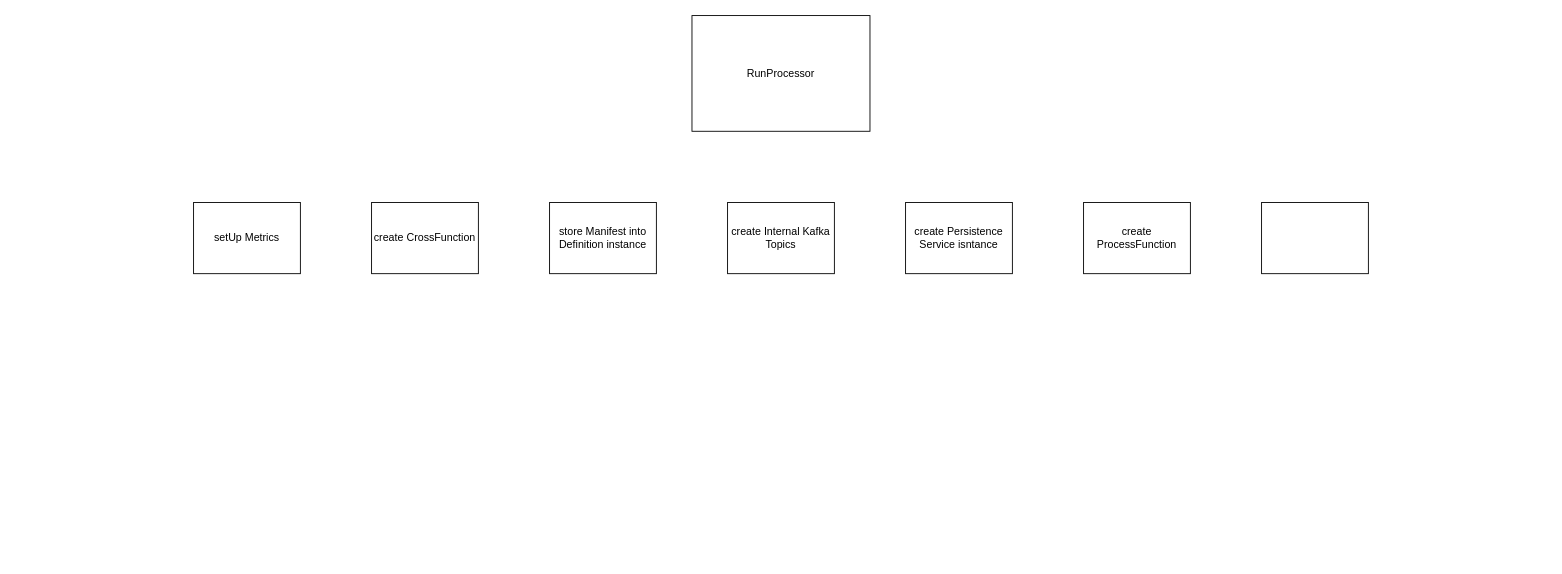
b1pacific/drawio keeps this draw.io diagram as uas.drawio. Above is the earlier version. Source tidied: cells renumbered, new cells numbered last; positions are measured from the earlier drawing's top-left corner, leaving out a move shared by most shapes. Both pictures are drawn from the tidied source at 89%, with x=0, y=0 at pixel (193, 15).
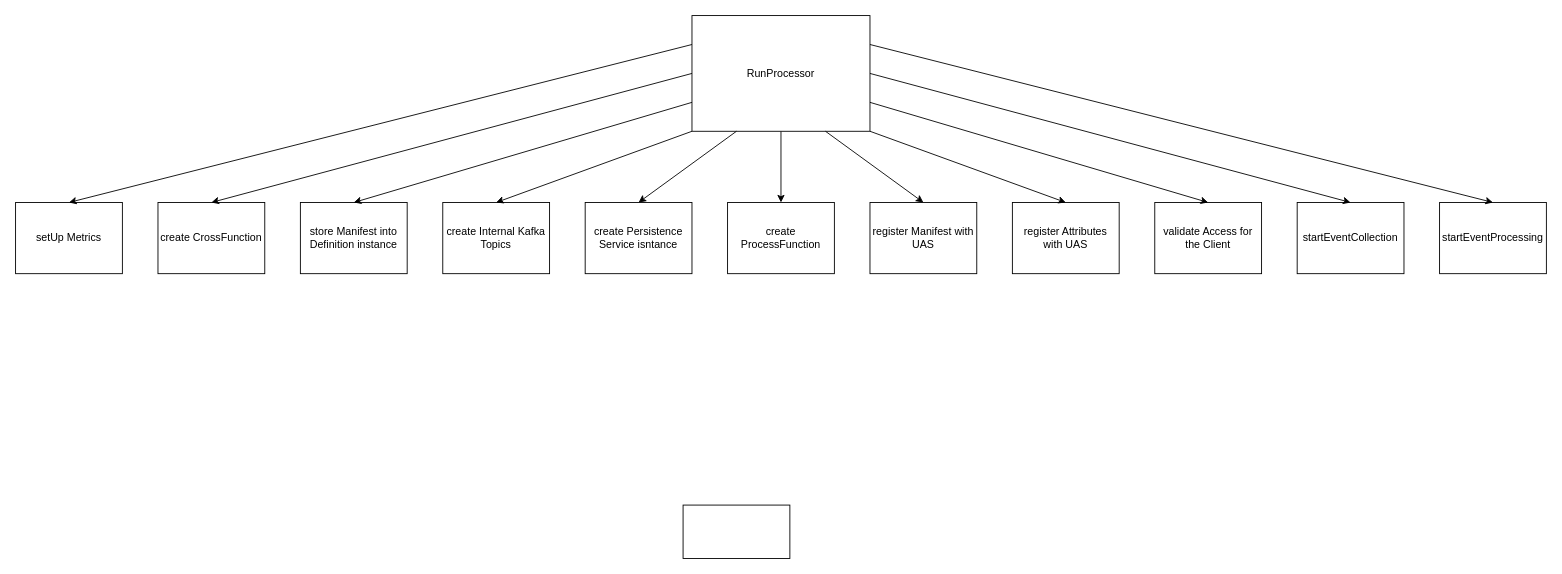
After the change.

Unchanged cells that the change refers to:
```xml
<mxCell id="2" value="RunProcessor" style="rounded=0;whiteSpace=wrap;html=1;" parent="1" vertex="1">
  <mxGeometry x="560" width="200" height="130" as="geometry" />
</mxCell>
```

Change to the diagram source:
```diff
@@
+    <mxCell id="10" style="edgeStyle=orthogonalEdgeStyle;rounded=0;jettySize=auto;html=1;" parent="1" edge="1" source="2" target="7">
+      <mxGeometry relative="1" as="geometry" />
+    </mxCell>
@@
     <mxCell id="3" value="create Internal Kafka Topics" style="rounded=0;whiteSpace=wrap;html=1;" parent="1" vertex="1">
-      <mxGeometry x="600" y="210" width="120" height="80" as="geometry" />
+      <mxGeometry x="280" y="210" width="120" height="80" as="geometry" />
     </mxCell>
     <mxCell id="4" value="store Manifest into Definition instance" style="rounded=0;whiteSpace=wrap;html=1;" parent="1" vertex="1">
-      <mxGeometry x="400" y="210" width="120" height="80" as="geometry" />
+      <mxGeometry x="120" y="210" width="120" height="80" as="geometry" />
     </mxCell>
     <mxCell id="5" value="create Persistence Service isntance" style="rounded=0;whiteSpace=wrap;html=1;" parent="1" vertex="1">
-      <mxGeometry x="800" y="210" width="120" height="80" as="geometry" />
+      <mxGeometry x="440" y="210" width="120" height="80" as="geometry" />
     </mxCell>
     <mxCell id="6" value="create CrossFunction" style="rounded=0;whiteSpace=wrap;html=1;" parent="1" vertex="1">
-      <mxGeometry x="200" y="210" width="120" height="80" as="geometry" />
+      <mxGeometry x="-40" y="210" width="120" height="80" as="geometry" />
     </mxCell>
     <mxCell id="7" value="create ProcessFunction" style="rounded=0;whiteSpace=wrap;html=1;" parent="1" vertex="1">
-      <mxGeometry x="1000" y="210" width="120" height="80" as="geometry" />
+      <mxGeometry x="600" y="210" width="120" height="80" as="geometry" />
     </mxCell>
-    <mxCell id="8" style="rounded=0;whiteSpace=wrap;html=1;" parent="1" vertex="1">
-      <mxGeometry x="1200" y="210" width="120" height="80" as="geometry" />
+    <mxCell id="8" value="register Manifest with UAS" style="rounded=0;whiteSpace=wrap;html=1;" parent="1" vertex="1">
+      <mxGeometry x="760" y="210" width="120" height="80" as="geometry" />
     </mxCell>
     <mxCell id="9" value="setUp Metrics" style="rounded=0;whiteSpace=wrap;html=1;" parent="1" vertex="1">
-      <mxGeometry y="210" width="120" height="80" as="geometry" />
+      <mxGeometry x="-200" y="210" width="120" height="80" as="geometry" />
     </mxCell>
+    <mxCell id="11" value="register Attributes with UAS" style="rounded=0;whiteSpace=wrap;html=1;" parent="1" vertex="1">
+      <mxGeometry x="920" y="210" width="120" height="80" as="geometry" />
+    </mxCell>
+    <mxCell id="12" value="validate Access for the Client" style="rounded=0;whiteSpace=wrap;html=1;" parent="1" vertex="1">
+      <mxGeometry x="1080" y="210" width="120" height="80" as="geometry" />
+    </mxCell>
+    <mxCell id="13" value="startEventCollection" style="rounded=0;whiteSpace=wrap;html=1;" parent="1" vertex="1">
+      <mxGeometry x="1240" y="210" width="120" height="80" as="geometry" />
+    </mxCell>
+    <mxCell id="14" value="startEventProcessing" style="rounded=0;whiteSpace=wrap;html=1;" parent="1" vertex="1">
+      <mxGeometry x="1400" y="210" width="120" height="80" as="geometry" />
+    </mxCell>
+    <mxCell id="15" style="endArrow=classic;html=1;rounded=0;exitX=0;exitY=0.25;exitDx=0;exitDy=0;entryX=0.5;entryY=0;entryDx=0;entryDy=0;" parent="1" edge="1" source="2" target="9">
+      <mxGeometry relative="1" as="geometry" />
+    </mxCell>
+    <mxCell id="16" style="endArrow=classic;html=1;rounded=0;exitX=0;exitY=0.5;exitDx=0;exitDy=0;entryX=0.5;entryY=0;entryDx=0;entryDy=0;" parent="1" edge="1" source="2" target="6">
+      <mxGeometry relative="1" as="geometry" />
+    </mxCell>
+    <mxCell id="17" style="endArrow=classic;html=1;rounded=0;entryX=0.5;entryY=0;entryDx=0;entryDy=0;exitX=0;exitY=0.75;exitDx=0;exitDy=0;" parent="1" edge="1" source="2" target="4">
+      <mxGeometry relative="1" as="geometry" />
+    </mxCell>
+    <mxCell id="18" style="endArrow=classic;html=1;rounded=0;exitX=0;exitY=1;exitDx=0;exitDy=0;entryX=0.5;entryY=0;entryDx=0;entryDy=0;" parent="1" edge="1" source="2" target="3">
+      <mxGeometry relative="1" as="geometry" />
+    </mxCell>
+    <mxCell id="19" style="endArrow=classic;html=1;rounded=0;exitX=0.25;exitY=1;exitDx=0;exitDy=0;entryX=0.5;entryY=0;entryDx=0;entryDy=0;" parent="1" edge="1" source="2" target="5">
+      <mxGeometry relative="1" as="geometry" />
+    </mxCell>
+    <mxCell id="20" style="endArrow=classic;html=1;rounded=0;entryX=0.5;entryY=0;entryDx=0;entryDy=0;exitX=0.75;exitY=1;exitDx=0;exitDy=0;" parent="1" edge="1" source="2" target="8">
+      <mxGeometry relative="1" as="geometry" />
+    </mxCell>
+    <mxCell id="21" style="endArrow=classic;html=1;rounded=0;exitX=1;exitY=1;exitDx=0;exitDy=0;entryX=0.5;entryY=0;entryDx=0;entryDy=0;" parent="1" edge="1" source="2" target="11">
+      <mxGeometry relative="1" as="geometry" />
+    </mxCell>
+    <mxCell id="22" style="endArrow=classic;html=1;rounded=0;exitX=1;exitY=0.75;exitDx=0;exitDy=0;entryX=0.5;entryY=0;entryDx=0;entryDy=0;" parent="1" edge="1" source="2" target="12">
+      <mxGeometry relative="1" as="geometry" />
+    </mxCell>
+    <mxCell id="23" style="endArrow=classic;html=1;rounded=0;exitX=1;exitY=0.5;exitDx=0;exitDy=0;entryX=0.5;entryY=0;entryDx=0;entryDy=0;" parent="1" edge="1" source="2" target="13">
+      <mxGeometry relative="1" as="geometry" />
+    </mxCell>
+    <mxCell id="24" style="endArrow=classic;html=1;rounded=0;exitX=1;exitY=0.25;exitDx=0;exitDy=0;entryX=0.5;entryY=0;entryDx=0;entryDy=0;" parent="1" edge="1" source="2" target="14">
+      <mxGeometry relative="1" as="geometry" />
+    </mxCell>
+    <mxCell id="25" style="rounded=0;whiteSpace=wrap;html=1;" parent="1" vertex="1">
+      <mxGeometry x="550" y="550" width="120" height="60" as="geometry" />
+    </mxCell>
```
